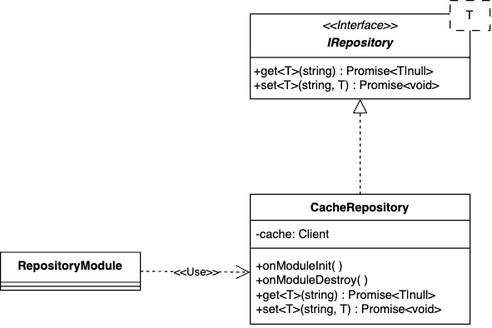
This is Docs/PB/Generali Esterni/specifica_tecnica/template/images/uml_back/RepositoryModule.png from 6BitBusters/6BitBusters.github.io, a draw.io export, as it was before one commit. Source tidied: cells renumbered, new cells last; positions are measured from the earlier drawing's top-left corner, leaving out a move shared by most shapes.
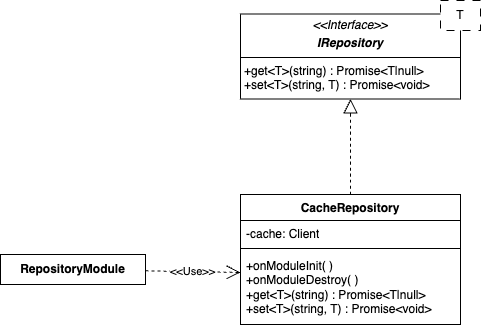
Above is the later version.

Diff of the diagram source:
```diff
@@ -2,37 +2,34 @@
   <root>
     <mxCell id="0" />
     <mxCell id="1" parent="0" />
-    <mxCell id="2" value="RepositoryModule" style="swimlane;fontStyle=1;align=center;verticalAlign=top;horizontal=1;startSize=30;whiteSpace=wrap;html=1;" parent="1" vertex="1">
-      <mxGeometry y="252" width="140" height="38" as="geometry" />
+    <mxCell id="2" value="&lt;p style=&quot;margin:0px;margin-top:4px;text-align:center;&quot;&gt;&lt;i&gt;&amp;lt;&amp;lt;Interface&amp;gt;&amp;gt;&lt;/i&gt;&lt;/p&gt;&lt;p style=&quot;margin:0px;margin-top:4px;text-align:center;&quot;&gt;&lt;i&gt;&lt;b&gt;IRepository&lt;/b&gt;&lt;/i&gt;&lt;/p&gt;&lt;hr size=&quot;1&quot; style=&quot;border-style:solid;&quot;&gt;&lt;p style=&quot;margin:0px;margin-left:4px;&quot;&gt;&lt;span style=&quot;background-color: transparent; color: light-dark(rgb(0, 0, 0), rgb(255, 255, 255));&quot;&gt;+get&amp;lt;T&amp;gt;(string) : Promise&amp;lt;T|null&amp;gt;&lt;/span&gt;&lt;/p&gt;&lt;p style=&quot;margin:0px;margin-left:4px;&quot;&gt;+set&amp;lt;T&amp;gt;(string, T) : Promise&amp;lt;void&amp;gt;&lt;/p&gt;" style="verticalAlign=top;align=left;overflow=fill;html=1;whiteSpace=wrap;" parent="1" vertex="1">
+      <mxGeometry x="250" y="13.5" width="220" height="85" as="geometry" />
     </mxCell>
-    <mxCell id="3" style="line;strokeWidth=1;fillColor=none;align=left;verticalAlign=middle;spacingTop=-1;spacingLeft=3;spacingRight=3;labelPosition=right;points=[];portConstraint=eastwest;strokeColor=inherit;" parent="2" vertex="1">
-      <mxGeometry y="30" width="140" height="8" as="geometry" />
+    <mxCell id="3" value="CacheRepository" style="swimlane;fontStyle=1;align=center;verticalAlign=top;horizontal=1;startSize=26;whiteSpace=wrap;html=1;" parent="1" vertex="1">
+      <mxGeometry x="250" y="194" width="220" height="130" as="geometry" />
     </mxCell>
-    <mxCell id="4" value="&lt;p style=&quot;margin:0px;margin-top:4px;text-align:center;&quot;&gt;&lt;i&gt;&amp;lt;&amp;lt;Interface&amp;gt;&amp;gt;&lt;/i&gt;&lt;/p&gt;&lt;p style=&quot;margin:0px;margin-top:4px;text-align:center;&quot;&gt;&lt;i&gt;&lt;b&gt;IRepository&lt;/b&gt;&lt;/i&gt;&lt;/p&gt;&lt;hr size=&quot;1&quot; style=&quot;border-style:solid;&quot;&gt;&lt;p style=&quot;margin:0px;margin-left:4px;&quot;&gt;&lt;span style=&quot;background-color: transparent; color: light-dark(rgb(0, 0, 0), rgb(255, 255, 255));&quot;&gt;+get&amp;lt;T&amp;gt;(string) : Promise&amp;lt;T|null&amp;gt;&lt;/span&gt;&lt;/p&gt;&lt;p style=&quot;margin:0px;margin-left:4px;&quot;&gt;+set&amp;lt;T&amp;gt;(string, T) : Promise&amp;lt;void&amp;gt;&lt;/p&gt;" style="verticalAlign=top;align=left;overflow=fill;html=1;whiteSpace=wrap;" parent="1" vertex="1">
-      <mxGeometry x="250" y="13.5" width="220" height="85" as="geometry" />
+    <mxCell id="4" value="-cache: Client" style="text;strokeColor=none;fillColor=none;align=left;verticalAlign=top;spacingLeft=4;spacingRight=4;overflow=hidden;points=[[0,0.5],[1,0.5]];portConstraint=eastwest;whiteSpace=wrap;html=1;" parent="3" vertex="1">
+      <mxGeometry y="26" width="220" height="24" as="geometry" />
     </mxCell>
-    <mxCell id="5" value="CacheRepository" style="swimlane;fontStyle=1;align=center;verticalAlign=top;horizontal=1;startSize=26;whiteSpace=wrap;html=1;" parent="1" vertex="1">
-      <mxGeometry x="250" y="194" width="220" height="130" as="geometry" />
+    <mxCell id="5" style="line;strokeWidth=1;fillColor=none;align=left;verticalAlign=middle;spacingTop=-1;spacingLeft=3;spacingRight=3;labelPosition=right;points=[];portConstraint=eastwest;strokeColor=inherit;" parent="3" vertex="1">
+      <mxGeometry y="50" width="220" height="8" as="geometry" />
     </mxCell>
-    <mxCell id="6" value="-cache: Client" style="text;strokeColor=none;fillColor=none;align=left;verticalAlign=top;spacingLeft=4;spacingRight=4;overflow=hidden;whiteSpace=wrap;html=1;" parent="5" vertex="1">
-      <mxGeometry y="26" width="220" height="24" as="geometry" />
+    <mxCell id="6" value="&lt;div&gt;+onModuleInit( )&lt;/div&gt;&lt;div&gt;+onModuleDestroy( )&lt;/div&gt;+get&amp;lt;T&amp;gt;(string) : Promise&amp;lt;T|null&amp;gt;&lt;div&gt;+set&amp;lt;T&amp;gt;(string, T) : Promise&amp;lt;void&amp;gt;&lt;/div&gt;" style="text;strokeColor=none;fillColor=none;align=left;verticalAlign=top;spacingLeft=4;spacingRight=4;overflow=hidden;whiteSpace=wrap;html=1;" parent="3" vertex="1">
+      <mxGeometry y="58" width="220" height="72" as="geometry" />
     </mxCell>
-    <mxCell id="7" style="line;strokeWidth=1;fillColor=none;align=left;verticalAlign=middle;spacingTop=-1;spacingLeft=3;spacingRight=3;labelPosition=right;strokeColor=inherit;" parent="5" vertex="1">
-      <mxGeometry y="50" width="220" height="8" as="geometry" />
+    <mxCell id="7" style="endArrow=block;dashed=1;endFill=0;endSize=12;html=1;rounded=0;fontSize=12;curved=1;entryX=0.5;entryY=1;entryDx=0;entryDy=0;exitX=0.5;exitY=0;exitDx=0;exitDy=0;" parent="1" edge="1" source="3" target="2">
+      <mxGeometry relative="1" as="geometry" />
     </mxCell>
-    <mxCell id="8" value="&lt;div&gt;+onModuleInit( )&lt;/div&gt;&lt;div&gt;+onModuleDestroy( )&lt;/div&gt;+get&amp;lt;T&amp;gt;(string) : Promise&amp;lt;T|null&amp;gt;&lt;div&gt;+set&amp;lt;T&amp;gt;(string, T) : Promise&amp;lt;void&amp;gt;&lt;/div&gt;" style="text;strokeColor=none;fillColor=none;align=left;verticalAlign=top;spacingLeft=4;spacingRight=4;overflow=hidden;whiteSpace=wrap;html=1;" parent="5" vertex="1">
-      <mxGeometry y="58" width="220" height="72" as="geometry" />
+    <mxCell id="8" value="T" style="html=1;whiteSpace=wrap;dashed=1;dashPattern=8 8;" parent="1" vertex="1">
+      <mxGeometry x="450" width="40" height="30" as="geometry" />
     </mxCell>
-    <mxCell id="9" style="endArrow=block;dashed=1;endFill=0;endSize=12;html=1;rounded=0;fontSize=12;curved=1;entryX=0.5;entryY=1;entryDx=0;entryDy=0;exitX=0.5;exitY=0;exitDx=0;exitDy=0;" parent="1" edge="1" source="5" target="4">
-      <mxGeometry relative="1" as="geometry" />
+    <mxCell id="9" value="&amp;lt;&amp;lt;Use&amp;gt;&amp;gt;" style="endArrow=open;endSize=12;dashed=1;html=1;rounded=0;" parent="1" edge="1" source="10">
+      <mxGeometry relative="1" as="geometry">
+        <mxPoint x="250" y="272" as="targetPoint" />
+      </mxGeometry>
     </mxCell>
-    <mxCell id="10" value="T" style="html=1;whiteSpace=wrap;dashed=1;dashPattern=8 8;" parent="1" vertex="1">
-      <mxGeometry x="450" width="40" height="30" as="geometry" />
+    <mxCell id="10" value="&lt;span style=&quot;font-weight: 700;&quot;&gt;RepositoryModule&lt;/span&gt;" style="html=1;whiteSpace=wrap;" parent="1" vertex="1">
+      <mxGeometry x="10" y="254" width="145" height="30" as="geometry" />
     </mxCell>
-    <mxCell id="11" value="&amp;lt;&amp;lt;Use&amp;gt;&amp;gt;" style="endArrow=open;endSize=12;dashed=1;html=1;rounded=0;exitX=1;exitY=0.5;exitDx=0;exitDy=0;" parent="1" edge="1" source="2">
-      <mxGeometry relative="1" as="geometry">
-        <mxPoint x="250" y="272" as="targetPoint" />
-      </mxGeometry>
-    </mxCell>
   </root>
 </mxGraphModel>
```
